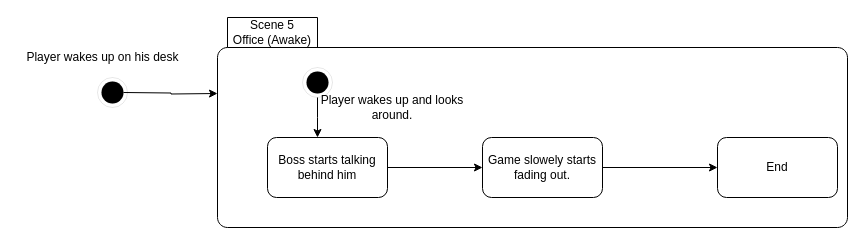
Before: Diagrams/StateMachineDiagrams/StateMachineScene5.drawio in FischkopDev/Game-development-AP-Uni-Heidelberg, a draw.io diagram. Source tidied: cells renumbered, new cells numbered last; positions are measured from the earlier drawing's top-left corner, leaving out a move shared by most shapes. Both pictures are drawn from the tidied source at 100%, with x=0, y=0 at pixel (17, 17).
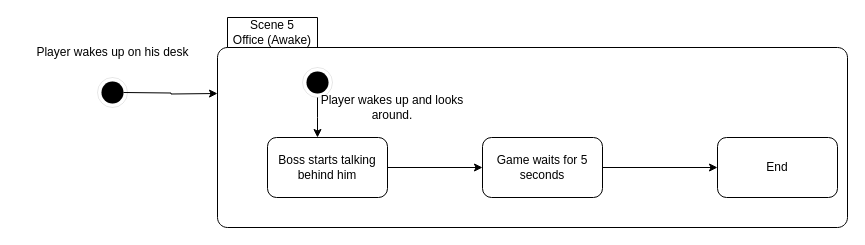
The same page after the edit.

What changed in the source:
```diff
@@
 <mxGraphModel>
   <root>
     <mxCell id="0" />
     <mxCell id="1" parent="0" />
     <mxCell id="2" style="ellipse;html=1;shape=endState;fillColor=strokeColor;strokeWidth=0;" parent="1" vertex="1">
       <mxGeometry x="80" y="60" width="30" height="30" as="geometry" />
     </mxCell>
     <mxCell id="3" value="Player wakes up on his desk" style="text;html=1;align=center;verticalAlign=middle;strokeColor=none;fillColor=none;" parent="1" vertex="1">
-      <mxGeometry y="25" width="170" height="30" as="geometry" />
+      <mxGeometry x="10" y="20" width="170" height="30" as="geometry" />
     </mxCell>
     <mxCell id="4" value="&lt;div&gt;Scene 5&lt;/div&gt;&lt;div&gt;Office (Awake)&lt;br&gt;&lt;/div&gt;" style="shape=folder;align=center;verticalAlign=middle;fontStyle=0;tabWidth=100;tabHeight=30;tabPosition=left;html=1;boundedLbl=1;labelInHeader=1;rounded=1;absoluteArcSize=1;arcSize=10;whiteSpace=wrap;" parent="1" vertex="1">
       <mxGeometry x="200" width="630" height="210" as="geometry" />
     </mxCell>
     <mxCell id="5" style="edgeStyle=orthogonalEdgeStyle;rounded=0;orthogonalLoop=1;jettySize=auto;html=1;" parent="1" edge="1">
       <mxGeometry relative="1" as="geometry">
         <mxPoint x="106" y="75" as="sourcePoint" />
         <mxPoint x="200" y="76" as="targetPoint" />
       </mxGeometry>
     </mxCell>
     <mxCell id="6" style="ellipse;html=1;shape=endState;fillColor=strokeColor;strokeWidth=0;" parent="1" vertex="1">
       <mxGeometry x="285" y="50" width="30" height="30" as="geometry" />
     </mxCell>
     <mxCell id="7" style="edgeStyle=orthogonalEdgeStyle;rounded=0;jettySize=auto;html=1;entryX=0;entryY=0.5;entryDx=0;entryDy=0;" parent="1" edge="1" source="8" target="11">
       <mxGeometry relative="1" as="geometry" />
     </mxCell>
     <mxCell id="8" value="Boss starts talking behind him" style="rounded=1;whiteSpace=wrap;html=1;" parent="1" vertex="1">
       <mxGeometry x="250" y="120" width="120" height="60" as="geometry" />
     </mxCell>
     <mxCell id="9" style="edgeStyle=orthogonalEdgeStyle;rounded=0;jettySize=auto;html=1;exitX=0.5;exitY=1;exitDx=0;exitDy=0;" parent="1" edge="1" source="6">
       <mxGeometry relative="1" as="geometry">
         <mxPoint x="300" y="120" as="targetPoint" />
       </mxGeometry>
     </mxCell>
     <mxCell id="10" value="Player wakes up and looks around." style="text;html=1;align=center;verticalAlign=middle;whiteSpace=wrap;rounded=0;" parent="1" vertex="1">
       <mxGeometry x="300" y="70" width="150" height="40" as="geometry" />
     </mxCell>
-    <mxCell id="11" value="Game slowely starts fading out." style="rounded=1;whiteSpace=wrap;html=1;" parent="1" vertex="1">
+    <mxCell id="11" value="Game waits for 5 seconds" style="rounded=1;whiteSpace=wrap;html=1;" parent="1" vertex="1">
       <mxGeometry x="465" y="120" width="120" height="60" as="geometry" />
     </mxCell>
     <mxCell id="12" style="endArrow=classic;html=1;rounded=0;exitX=1;exitY=0.5;exitDx=0;exitDy=0;entryX=0;entryY=0.5;entryDx=0;entryDy=0;" parent="1" edge="1" source="11">
       <mxGeometry relative="1" as="geometry">
         <mxPoint x="700" y="150" as="targetPoint" />
       </mxGeometry>
     </mxCell>
     <mxCell id="13" value="End" style="rounded=1;whiteSpace=wrap;html=1;" parent="1" vertex="1">
       <mxGeometry x="700" y="120" width="120" height="60" as="geometry" />
     </mxCell>
   </root>
 </mxGraphModel>
```
